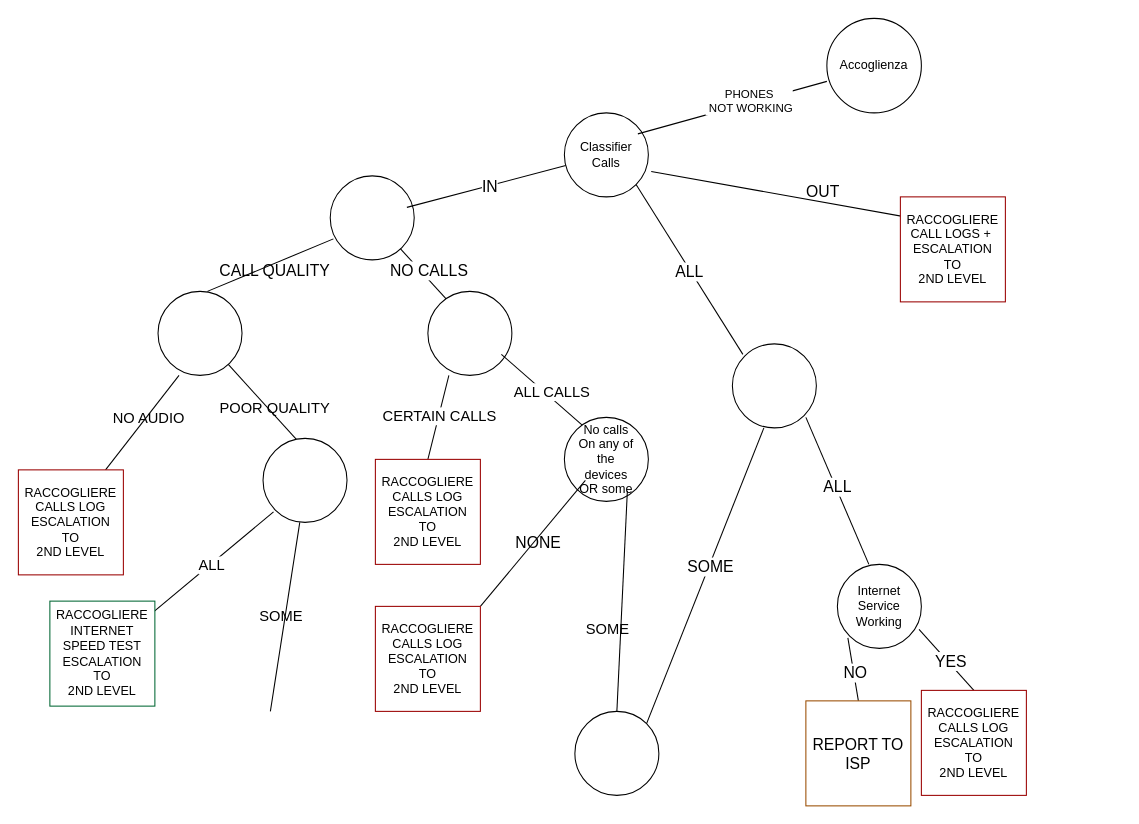
Before: Diagramma senza titolo.drawio in gormitiliberi/serverless-rag-demo, a draw.io diagram. Source tidied: cells renumbered, new cells numbered last; positions are measured from the earlier drawing's top-left corner, leaving out a move shared by most shapes. Both pictures are drawn from the tidied source at 105%, with x=0, y=0 at pixel (18, 18).
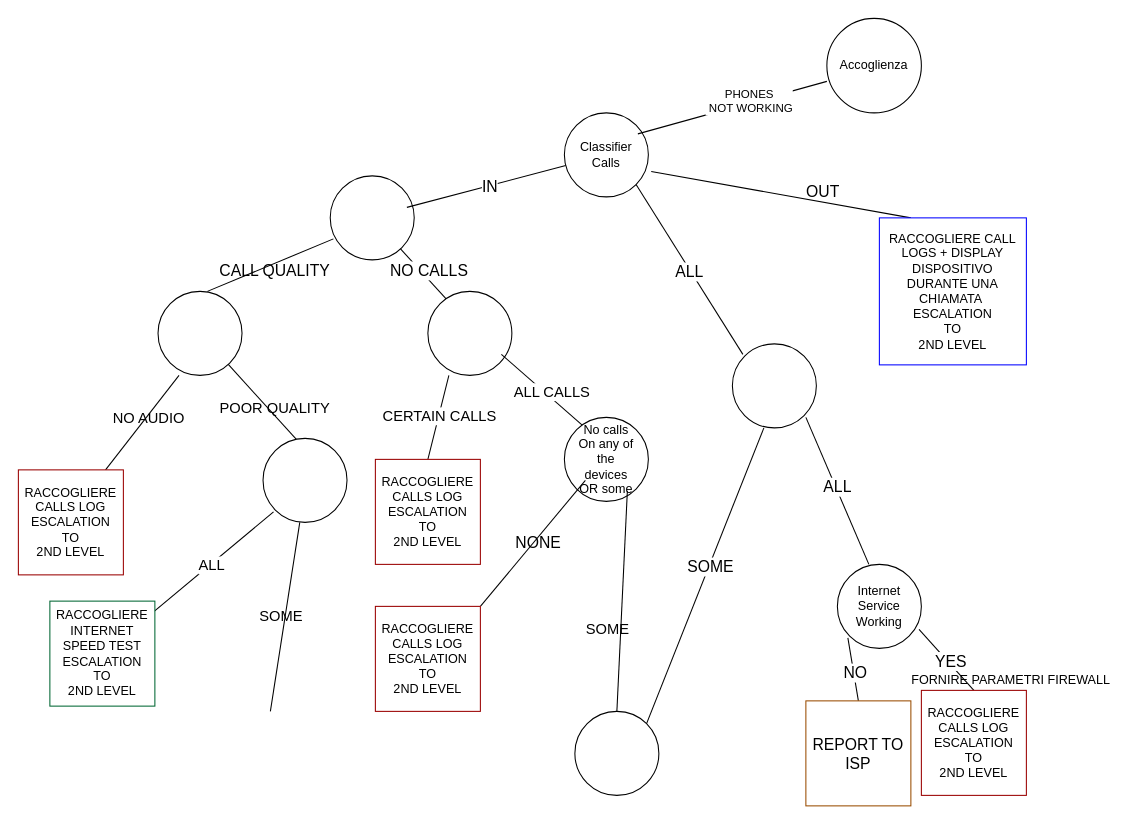
Above is the later version.

Change to the diagram source:
```diff
@@
-    <mxCell id="43" value="RACCOGLIERE CALL LOGS +&amp;nbsp; &lt;br&gt;ESCALATION &lt;br&gt;TO&lt;br&gt;2ND LEVEL" style="whiteSpace=wrap;html=1;strokeColor=#990000;" parent="1" vertex="1">
-      <mxGeometry x="840" y="170" width="100" height="100" as="geometry" />
+    <mxCell id="43" value="RACCOGLIERE CALL LOGS + DISPLAY DISPOSITIVO DURANTE UNA CHIAMATA&amp;nbsp; &lt;br&gt;ESCALATION &lt;br&gt;TO&lt;br&gt;2ND LEVEL" style="whiteSpace=wrap;html=1;strokeColor=#0000FF;" parent="1" vertex="1">
+      <mxGeometry x="820" y="190" width="140" height="140" as="geometry" />
     </mxCell>
@@
+    <mxCell id="56" value="FORNIRE PARAMETRI FIREWALL" style="text;html=1;align=center;verticalAlign=middle;strokeColor=none;fillColor=none;" parent="1" vertex="1">
+      <mxGeometry x="840" y="615" width="210" height="30" as="geometry" />
+    </mxCell>
```
